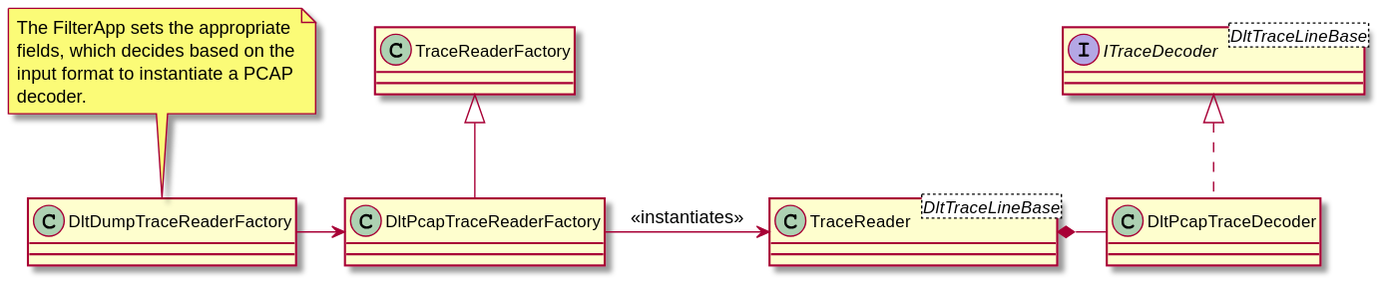
The PlantUML diagram apps/DltDump/docs/out/diagrams/dltpcaptracedecoderfactory/DltPcapTraceReaderFactory.svg in jcurl/RJCP.DLL.Log, before a commit. The source it was exported from:
```plantuml
@startuml DltPcapTraceReaderFactory

interface ITraceDecoder<DltTraceLineBase>
class DltPcapTraceDecoder

DltPcapTraceDecoder .u.|> ITraceDecoder

class TraceReader
class TraceReaderFactory
class DltPcapTraceReaderFactory
class TraceReader<DltTraceLineBase>

TraceReader *-r- DltPcapTraceDecoder

DltPcapTraceReaderFactory -u-|> TraceReaderFactory
DltPcapTraceReaderFactory -r-> TraceReader : <<instantiates>>

class DltDumpTraceReaderFactory
note top
    The FilterApp sets the appropriate
    fields, which decides based on the
    input format to instantiate a PCAP
    decoder.
end note

DltDumpTraceReaderFactory -r-> DltPcapTraceReaderFactory

@enduml
```
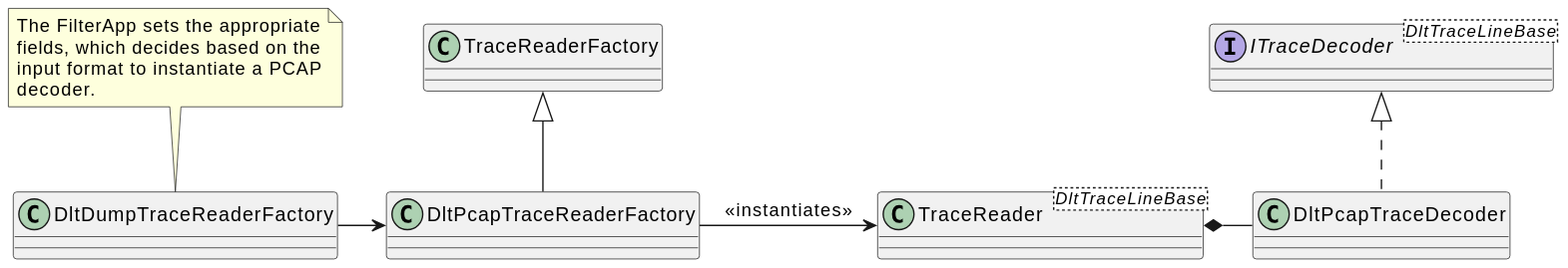
Above is the later version.

Change to the diagram source:
```diff
@@ -1,5 +1,4 @@
-@startuml DltPcapTraceReaderFactory
-
+@startuml
 interface ITraceDecoder<DltTraceLineBase>
 class DltPcapTraceDecoder
 
@@ -24,5 +23,4 @@
 end note
 
 DltDumpTraceReaderFactory -r-> DltPcapTraceReaderFactory
-
 @enduml
```
